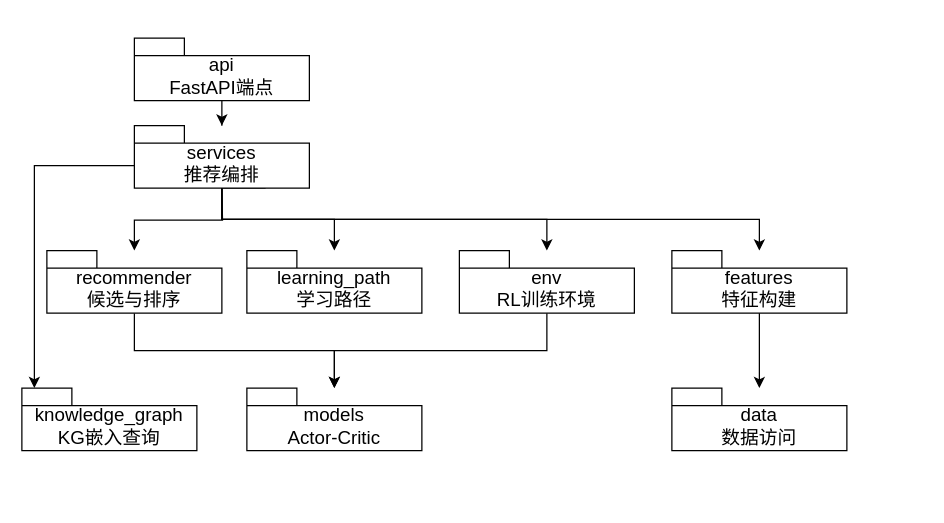
Before: docs/draw/04-python-package.drawio in this1is1i/ACSR, a draw.io diagram. Source tidied: cells renumbered, new cells numbered last; positions are measured from the earlier drawing's top-left corner, leaving out a move shared by most shapes. Both pictures are drawn from the tidied source at 125%, with x=0, y=0 at pixel (21, 38).
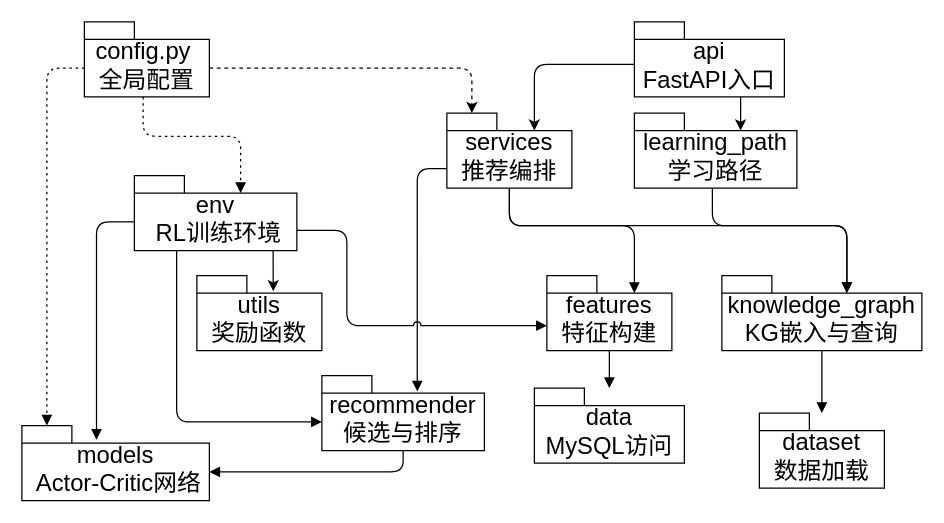
Above is the later version.

Change to the diagram source:
```diff
@@
-    <mxCell id="2" value="api&lt;div&gt;FastAPI端点&lt;/div&gt;" style="shape=folder;fontStyle=0;spacingTop=10;tabWidth=40;tabHeight=14;tabPosition=left;html=1;whiteSpace=wrap;fontSize=15;" parent="1" vertex="1">
-      <mxGeometry x="90" width="140" height="50" as="geometry" />
-    </mxCell>
-    <mxCell id="3" style="edgeStyle=orthogonalEdgeStyle;rounded=0;jettySize=auto;html=1;" parent="1" edge="1" source="6" target="11">
-      <mxGeometry relative="1" as="geometry" />
-    </mxCell>
-    <mxCell id="4" style="edgeStyle=orthogonalEdgeStyle;rounded=0;jettySize=auto;html=1;exitX=0;exitY=0;exitDx=0;exitDy=32;exitPerimeter=0;" parent="1" edge="1" source="6" target="10">
-      <mxGeometry relative="1" as="geometry">
-        <Array as="points">
-          <mxPoint x="10" y="102" />
-        </Array>
-      </mxGeometry>
-    </mxCell>
-    <mxCell id="5" style="edgeStyle=orthogonalEdgeStyle;rounded=0;jettySize=auto;html=1;exitX=0.75;exitY=1;exitDx=0;exitDy=0;exitPerimeter=0;" parent="1" edge="1" source="6" target="7">
-      <mxGeometry relative="1" as="geometry">
-        <Array as="points">
-          <mxPoint x="160" y="120" />
-          <mxPoint x="160" y="145" />
-          <mxPoint x="590" y="145" />
-        </Array>
-      </mxGeometry>
-    </mxCell>
+    <mxCell id="30" value="api&lt;div&gt;FastAPI入口&lt;/div&gt;" style="shape=folder;fontStyle=0;spacingTop=10;tabWidth=40;tabHeight=14;tabPosition=left;html=1;whiteSpace=wrap;fontSize=19;" parent="1" vertex="1">
+      <mxGeometry x="490" y="-13" width="120" height="60" as="geometry" />
+    </mxCell>
-    <mxCell id="6" value="services&lt;div&gt;推荐编排&lt;/div&gt;" style="shape=folder;fontStyle=0;spacingTop=10;tabWidth=40;tabHeight=14;tabPosition=left;html=1;whiteSpace=wrap;fontSize=15;" parent="1" vertex="1">
-      <mxGeometry x="90" y="70" width="140" height="50" as="geometry" />
+    <mxCell id="6" value="services&lt;div&gt;推荐编排&lt;/div&gt;" style="shape=folder;fontStyle=0;spacingTop=10;tabWidth=40;tabHeight=14;tabPosition=left;html=1;whiteSpace=wrap;fontSize=19;" parent="1" vertex="1">
+      <mxGeometry x="340" y="60" width="100" height="60" as="geometry" />
     </mxCell>
+    <mxCell id="9" value="recommender&lt;div&gt;候选与排序&lt;/div&gt;" style="shape=folder;fontStyle=0;spacingTop=10;tabWidth=40;tabHeight=14;tabPosition=left;html=1;whiteSpace=wrap;fontSize=19;" parent="1" vertex="1">
+      <mxGeometry x="240" y="270" width="130" height="60" as="geometry" />
+    </mxCell>
+    <mxCell id="31" value="models&lt;div&gt;&amp;nbsp;Actor-Critic网络&lt;/div&gt;" style="shape=folder;fontStyle=0;spacingTop=10;tabWidth=40;tabHeight=14;tabPosition=left;html=1;whiteSpace=wrap;fontSize=19;" parent="1" vertex="1">
+      <mxGeometry y="310" width="150" height="60" as="geometry" />
+    </mxCell>
-    <mxCell id="7" value="features&lt;div&gt;特征构建&lt;/div&gt;" style="shape=folder;fontStyle=0;spacingTop=10;tabWidth=40;tabHeight=14;tabPosition=left;html=1;whiteSpace=wrap;fontSize=15;" parent="1" vertex="1">
-      <mxGeometry x="520" y="170" width="140" height="50" as="geometry" />
+    <mxCell id="7" value="features&lt;div&gt;特征构建&lt;/div&gt;" style="shape=folder;fontStyle=0;spacingTop=10;tabWidth=40;tabHeight=14;tabPosition=left;html=1;whiteSpace=wrap;fontSize=19;" parent="1" vertex="1">
+      <mxGeometry x="420" y="190" width="100" height="60" as="geometry" />
     </mxCell>
-    <mxCell id="8" style="edgeStyle=orthogonalEdgeStyle;rounded=0;jettySize=auto;html=1;exitX=0.5;exitY=1;exitDx=0;exitDy=0;exitPerimeter=0;" parent="1" edge="1" source="9" target="13">
-      <mxGeometry relative="1" as="geometry" />
-    </mxCell>
-    <mxCell id="9" value="recommender&lt;div&gt;候选与排序&lt;/div&gt;" style="shape=folder;fontStyle=0;spacingTop=10;tabWidth=40;tabHeight=14;tabPosition=left;html=1;whiteSpace=wrap;fontSize=15;" parent="1" vertex="1">
-      <mxGeometry x="20" y="170" width="140" height="50" as="geometry" />
-    </mxCell>
-    <mxCell id="10" value="knowledge_graph&lt;div&gt;KG嵌入查询&lt;/div&gt;" style="shape=folder;fontStyle=0;spacingTop=10;tabWidth=40;tabHeight=14;tabPosition=left;html=1;whiteSpace=wrap;fontSize=15;" parent="1" vertex="1">
-      <mxGeometry y="280" width="140" height="50" as="geometry" />
-    </mxCell>
+    <mxCell id="25" value="env&lt;div&gt;&amp;nbsp;RL训练环境&lt;/div&gt;" style="shape=folder;fontStyle=0;spacingTop=10;tabWidth=40;tabHeight=14;tabPosition=left;html=1;whiteSpace=wrap;fontSize=19;" parent="1" vertex="1">
+      <mxGeometry x="90" y="110" width="130" height="60" as="geometry" />
+    </mxCell>
+    <mxCell id="32" value="knowledge_graph&lt;div&gt;KG嵌入与查询&lt;/div&gt;" style="shape=folder;fontStyle=0;spacingTop=10;tabWidth=40;tabHeight=14;tabPosition=left;html=1;whiteSpace=wrap;fontSize=19;" parent="1" vertex="1">
+      <mxGeometry x="560" y="190" width="160" height="60" as="geometry" />
+    </mxCell>
-    <mxCell id="11" value="learning_path&lt;div&gt;学习路径&lt;/div&gt;" style="shape=folder;fontStyle=0;spacingTop=10;tabWidth=40;tabHeight=14;tabPosition=left;html=1;whiteSpace=wrap;fontSize=15;" parent="1" vertex="1">
-      <mxGeometry x="180" y="170" width="140" height="50" as="geometry" />
+    <mxCell id="11" value="learning_path&lt;div&gt;学习路径&lt;/div&gt;" style="shape=folder;fontStyle=0;spacingTop=10;tabWidth=40;tabHeight=14;tabPosition=left;html=1;whiteSpace=wrap;fontSize=19;" parent="1" vertex="1">
+      <mxGeometry x="490" y="60" width="130" height="60" as="geometry" />
     </mxCell>
-    <mxCell id="12" value="data&lt;div&gt;数据访问&lt;/div&gt;" style="shape=folder;fontStyle=0;spacingTop=10;tabWidth=40;tabHeight=14;tabPosition=left;html=1;whiteSpace=wrap;fontSize=15;" parent="1" vertex="1">
-      <mxGeometry x="520" y="280" width="140" height="50" as="geometry" />
-    </mxCell>
-    <mxCell id="13" value="models&lt;div&gt;Actor-Critic&lt;/div&gt;" style="shape=folder;fontStyle=0;spacingTop=10;tabWidth=40;tabHeight=14;tabPosition=left;html=1;whiteSpace=wrap;fontSize=15;" parent="1" vertex="1">
-      <mxGeometry x="180" y="280" width="140" height="50" as="geometry" />
-    </mxCell>
-    <mxCell id="14" style="shape=folder;fontStyle=0;spacingTop=10;tabWidth=40;tabHeight=14;tabPosition=left;html=1;whiteSpace=wrap;fontSize=15;edgeStyle=orthogonalEdgeStyle;" parent="1" edge="1" source="2" target="6">
-      <mxGeometry relative="1" as="geometry" />
-    </mxCell>
-    <mxCell id="15" style="shape=folder;fontStyle=0;spacingTop=10;tabWidth=40;tabHeight=14;tabPosition=left;html=1;whiteSpace=wrap;fontSize=15;edgeStyle=orthogonalEdgeStyle;" parent="1" edge="1" source="6" target="7">
-      <mxGeometry relative="1" as="geometry" />
-    </mxCell>
+    <mxCell id="33" value="data&lt;div&gt;MySQL访问&lt;/div&gt;" style="shape=folder;fontStyle=0;spacingTop=10;tabWidth=40;tabHeight=14;tabPosition=left;html=1;whiteSpace=wrap;fontSize=19;" parent="1" vertex="1">
+      <mxGeometry x="410" y="280" width="120" height="60" as="geometry" />
+    </mxCell>
+    <mxCell id="34" value="dataset&lt;div&gt;数据加载&lt;/div&gt;" style="shape=folder;fontStyle=0;spacingTop=10;tabWidth=40;tabHeight=14;tabPosition=left;html=1;whiteSpace=wrap;fontSize=19;" parent="1" vertex="1">
+      <mxGeometry x="590" y="300" width="100" height="60" as="geometry" />
+    </mxCell>
+    <mxCell id="35" value="utils&lt;div&gt;奖励函数&lt;/div&gt;" style="shape=folder;fontStyle=0;spacingTop=10;tabWidth=40;tabHeight=14;tabPosition=left;html=1;whiteSpace=wrap;fontSize=19;" parent="1" vertex="1">
+      <mxGeometry x="140" y="190" width="100" height="60" as="geometry" />
+    </mxCell>
+    <mxCell id="36" value="config.py&amp;nbsp;&lt;div&gt;全局配置&lt;/div&gt;" style="shape=folder;fontStyle=0;spacingTop=10;tabWidth=40;tabHeight=14;tabPosition=left;html=1;whiteSpace=wrap;fontSize=19;" parent="1" vertex="1">
+      <mxGeometry x="50" y="-13" width="100" height="60" as="geometry" />
+    </mxCell>
-    <mxCell id="16" style="shape=folder;fontStyle=0;spacingTop=10;tabWidth=40;tabHeight=14;tabPosition=left;html=1;whiteSpace=wrap;fontSize=15;edgeStyle=orthogonalEdgeStyle;" parent="1" edge="1" source="6" target="9">
+    <mxCell id="16" style="startArrow=none;endArrow=block;exitX=0;exitY=0.74;entryX=0.587;entryY=0.211;rounded=1;edgeStyle=orthogonalEdgeStyle;entryDx=0;entryDy=0;entryPerimeter=0;" parent="1" edge="1" source="6" target="9">
       <mxGeometry relative="1" as="geometry" />
     </mxCell>
-    <mxCell id="17" style="shape=folder;fontStyle=0;spacingTop=10;tabWidth=40;tabHeight=14;tabPosition=left;html=1;whiteSpace=wrap;fontSize=15;edgeStyle=orthogonalEdgeStyle;" parent="1" edge="1" source="6" target="10">
-      <mxGeometry relative="1" as="geometry" />
-    </mxCell>
-    <mxCell id="18" style="shape=folder;fontStyle=0;spacingTop=10;tabWidth=40;tabHeight=14;tabPosition=left;html=1;whiteSpace=wrap;fontSize=15;edgeStyle=orthogonalEdgeStyle;" parent="1" edge="1" source="6" target="11">
-      <mxGeometry relative="1" as="geometry" />
-    </mxCell>
-    <mxCell id="19" style="shape=folder;fontStyle=0;spacingTop=10;tabWidth=40;tabHeight=14;tabPosition=left;html=1;whiteSpace=wrap;fontSize=15;edgeStyle=orthogonalEdgeStyle;" parent="1" edge="1" source="7" target="12">
-      <mxGeometry relative="1" as="geometry" />
-    </mxCell>
-    <mxCell id="20" style="shape=folder;fontStyle=0;spacingTop=10;tabWidth=40;tabHeight=14;tabPosition=left;html=1;whiteSpace=wrap;fontSize=15;edgeStyle=orthogonalEdgeStyle;" parent="1" edge="1" source="25" target="13">
-      <mxGeometry relative="1" as="geometry" />
-    </mxCell>
-    <mxCell id="21" style="shape=folder;fontStyle=0;spacingTop=10;tabWidth=40;tabHeight=14;tabPosition=left;html=1;whiteSpace=wrap;fontSize=15;edgeStyle=orthogonalEdgeStyle;" parent="1" edge="1" source="9" target="10">
-      <mxGeometry relative="1" as="geometry" />
-    </mxCell>
-    <mxCell id="22" style="shape=folder;fontStyle=0;spacingTop=10;tabWidth=40;tabHeight=14;tabPosition=left;html=1;whiteSpace=wrap;fontSize=15;edgeStyle=orthogonalEdgeStyle;" parent="1" edge="1" source="25" target="13">
-      <mxGeometry relative="1" as="geometry" />
-    </mxCell>
-    <mxCell id="23" style="shape=folder;fontStyle=0;spacingTop=10;tabWidth=40;tabHeight=14;tabPosition=left;html=1;whiteSpace=wrap;fontSize=15;edgeStyle=orthogonalEdgeStyle;" parent="1" edge="1" source="9" target="25">
-      <mxGeometry relative="1" as="geometry" />
-    </mxCell>
-    <mxCell id="24" style="edgeStyle=orthogonalEdgeStyle;rounded=0;jettySize=auto;html=1;exitX=0.5;exitY=1;exitDx=0;exitDy=0;exitPerimeter=0;" parent="1" edge="1" source="25" target="13">
-      <mxGeometry relative="1" as="geometry" />
-    </mxCell>
-    <mxCell id="25" value="env&lt;div&gt;RL训练环境&lt;/div&gt;" style="shape=folder;fontStyle=0;spacingTop=10;tabWidth=40;tabHeight=14;tabPosition=left;html=1;whiteSpace=wrap;fontSize=15;" parent="1" vertex="1">
-      <mxGeometry x="350" y="170" width="140" height="50" as="geometry" />
-    </mxCell>
-    <mxCell id="26" style="edgeStyle=orthogonalEdgeStyle;rounded=0;jettySize=auto;html=1;exitX=0.5;exitY=1;exitDx=0;exitDy=0;exitPerimeter=0;" parent="1" edge="1" source="7" target="12">
-      <mxGeometry relative="1" as="geometry" />
-    </mxCell>
-    <mxCell id="27" style="edgeStyle=orthogonalEdgeStyle;rounded=0;jettySize=auto;html=1;exitX=0.5;exitY=1;exitDx=0;exitDy=0;exitPerimeter=0;" parent="1" edge="1" source="2" target="6">
-      <mxGeometry relative="1" as="geometry" />
-    </mxCell>
-    <mxCell id="28" style="edgeStyle=orthogonalEdgeStyle;rounded=0;jettySize=auto;html=1;" parent="1" edge="1" target="9">
-      <mxGeometry relative="1" as="geometry">
-        <mxPoint x="160" y="120" as="sourcePoint" />
-      </mxGeometry>
-    </mxCell>
-    <mxCell id="29" style="edgeStyle=orthogonalEdgeStyle;rounded=0;jettySize=auto;html=1;exitX=0.5;exitY=1;exitDx=0;exitDy=0;exitPerimeter=0;" parent="1" edge="1" source="6" target="25">
-      <mxGeometry relative="1" as="geometry" />
-    </mxCell>
+    <mxCell id="37" style="startArrow=none;endArrow=block;exitX=0.5;exitY=1;entryX=0;entryY=0;rounded=1;edgeStyle=orthogonalEdgeStyle;entryDx=70;entryDy=14;entryPerimeter=0;" parent="1" edge="1" source="6" target="7">
+      <mxGeometry relative="1" as="geometry">
+        <Array as="points">
+          <mxPoint x="390" y="150" />
+          <mxPoint x="490" y="150" />
+        </Array>
+      </mxGeometry>
+    </mxCell>
+    <mxCell id="38" style="startArrow=none;endArrow=block;exitX=0.5;exitY=1;entryX=0;entryY=0;rounded=1;edgeStyle=orthogonalEdgeStyle;exitDx=0;exitDy=0;exitPerimeter=0;entryDx=100;entryDy=14;entryPerimeter=0;" parent="1" edge="1" source="6" target="32">
+      <mxGeometry relative="1" as="geometry">
+        <Array as="points">
+          <mxPoint x="390" y="150" />
+          <mxPoint x="660" y="150" />
+        </Array>
+      </mxGeometry>
+    </mxCell>
+    <mxCell id="39" style="startArrow=none;endArrow=block;exitX=0.5;exitY=1;entryX=0;entryY=0;rounded=1;edgeStyle=orthogonalEdgeStyle;entryDx=150;entryDy=37;entryPerimeter=0;" parent="1" edge="1" source="9" target="31">
+      <mxGeometry relative="1" as="geometry" />
+    </mxCell>
+    <mxCell id="40" style="startArrow=none;endArrow=block;exitX=0.5;exitY=1;entryX=0.5;entryY=0;rounded=1;edgeStyle=orthogonalEdgeStyle;" parent="1" edge="1" source="7" target="33">
+      <mxGeometry relative="1" as="geometry" />
+    </mxCell>
+    <mxCell id="41" style="startArrow=none;endArrow=block;exitX=1;exitY=0.73;rounded=1;edgeStyle=orthogonalEdgeStyle;jumpStyle=arc;" parent="1" edge="1" source="25" target="7">
+      <mxGeometry relative="1" as="geometry">
+        <Array as="points">
+          <mxPoint x="260" y="230" />
+        </Array>
+      </mxGeometry>
+    </mxCell>
+    <mxCell id="42" style="startArrow=none;endArrow=block;exitX=0.26;exitY=1;rounded=1;edgeStyle=orthogonalEdgeStyle;entryX=0;entryY=0;entryDx=0;entryDy=37;entryPerimeter=0;" parent="1" edge="1" source="25" target="9">
+      <mxGeometry relative="1" as="geometry" />
+    </mxCell>
+    <mxCell id="43" style="startArrow=none;endArrow=block;exitX=0;exitY=0;rounded=1;edgeStyle=orthogonalEdgeStyle;exitDx=0;exitDy=37;exitPerimeter=0;entryX=0.398;entryY=0.189;entryDx=0;entryDy=0;entryPerimeter=0;" parent="1" edge="1" source="25" target="31">
+      <mxGeometry relative="1" as="geometry" />
+    </mxCell>
+    <mxCell id="44" style="startArrow=none;endArrow=block;exitX=0.5;exitY=1;entryX=0.5;entryY=0;rounded=1;edgeStyle=orthogonalEdgeStyle;" parent="1" edge="1" source="32" target="34">
+      <mxGeometry relative="1" as="geometry" />
+    </mxCell>
+    <mxCell id="45" style="startArrow=none;endArrow=block;exitX=0.48;exitY=1;entryX=0;entryY=0;rounded=1;edgeStyle=orthogonalEdgeStyle;entryDx=100;entryDy=14;entryPerimeter=0;" parent="1" edge="1" source="11" target="32">
+      <mxGeometry relative="1" as="geometry">
+        <Array as="points">
+          <mxPoint x="552" y="150" />
+          <mxPoint x="660" y="150" />
+        </Array>
+      </mxGeometry>
+    </mxCell>
+    <mxCell id="46" style="dashed=1;dashPattern=2 3;startArrow=none;endArrow=block;exitX=0;exitY=0;entryX=0;entryY=0;rounded=1;edgeStyle=orthogonalEdgeStyle;entryDx=20;entryDy=0;entryPerimeter=0;exitDx=0;exitDy=37;exitPerimeter=0;" parent="1" edge="1" source="36" target="31">
+      <mxGeometry relative="1" as="geometry" />
+    </mxCell>
+    <mxCell id="47" style="dashed=1;dashPattern=2 3;startArrow=none;endArrow=block;exitX=0.47;exitY=1;rounded=1;edgeStyle=orthogonalEdgeStyle;entryX=0;entryY=0;entryDx=85;entryDy=14;entryPerimeter=0;" parent="1" edge="1" source="36" target="25">
+      <mxGeometry relative="1" as="geometry" />
+    </mxCell>
+    <mxCell id="48" style="shape=connector;rounded=1;jettySize=auto;html=1;exitX=0;exitY=0;exitDx=100;exitDy=37;exitPerimeter=0;entryX=0;entryY=0;entryDx=20;entryDy=0;entryPerimeter=0;strokeColor=default;align=center;verticalAlign=middle;fontFamily=Helvetica;fontSize=11;fontColor=default;labelBackgroundColor=default;endArrow=classic;edgeStyle=orthogonalEdgeStyle;dashed=1;" parent="1" edge="1" source="36" target="6">
+      <mxGeometry relative="1" as="geometry" />
+    </mxCell>
+    <mxCell id="49" style="shape=connector;rounded=1;jettySize=auto;html=1;exitX=0;exitY=0;exitDx=0;exitDy=34;exitPerimeter=0;entryX=0;entryY=0;entryDx=70;entryDy=14;entryPerimeter=0;strokeColor=default;align=center;verticalAlign=middle;fontFamily=Helvetica;fontSize=11;fontColor=default;labelBackgroundColor=default;endArrow=classic;edgeStyle=orthogonalEdgeStyle;" parent="1" edge="1" source="30" target="6">
+      <mxGeometry relative="1" as="geometry" />
+    </mxCell>
+    <mxCell id="50" style="shape=connector;rounded=1;jettySize=auto;html=1;entryX=0;entryY=0;entryDx=85;entryDy=14;entryPerimeter=0;strokeColor=default;align=center;verticalAlign=middle;fontFamily=Helvetica;fontSize=11;fontColor=default;labelBackgroundColor=default;endArrow=classic;edgeStyle=orthogonalEdgeStyle;" parent="1" edge="1" target="11">
+      <mxGeometry relative="1" as="geometry">
+        <mxPoint x="575" y="47" as="sourcePoint" />
+      </mxGeometry>
+    </mxCell>
+    <mxCell id="51" style="edgeStyle=orthogonalEdgeStyle;shape=connector;curved=0;rounded=1;jettySize=auto;html=1;entryX=0.611;entryY=0.208;entryDx=0;entryDy=0;entryPerimeter=0;strokeColor=default;align=center;verticalAlign=middle;fontFamily=Helvetica;fontSize=11;fontColor=default;labelBackgroundColor=default;endArrow=classic;" parent="1" edge="1" target="35">
+      <mxGeometry relative="1" as="geometry">
+        <mxPoint x="201" y="170" as="sourcePoint" />
+      </mxGeometry>
+    </mxCell>
```
